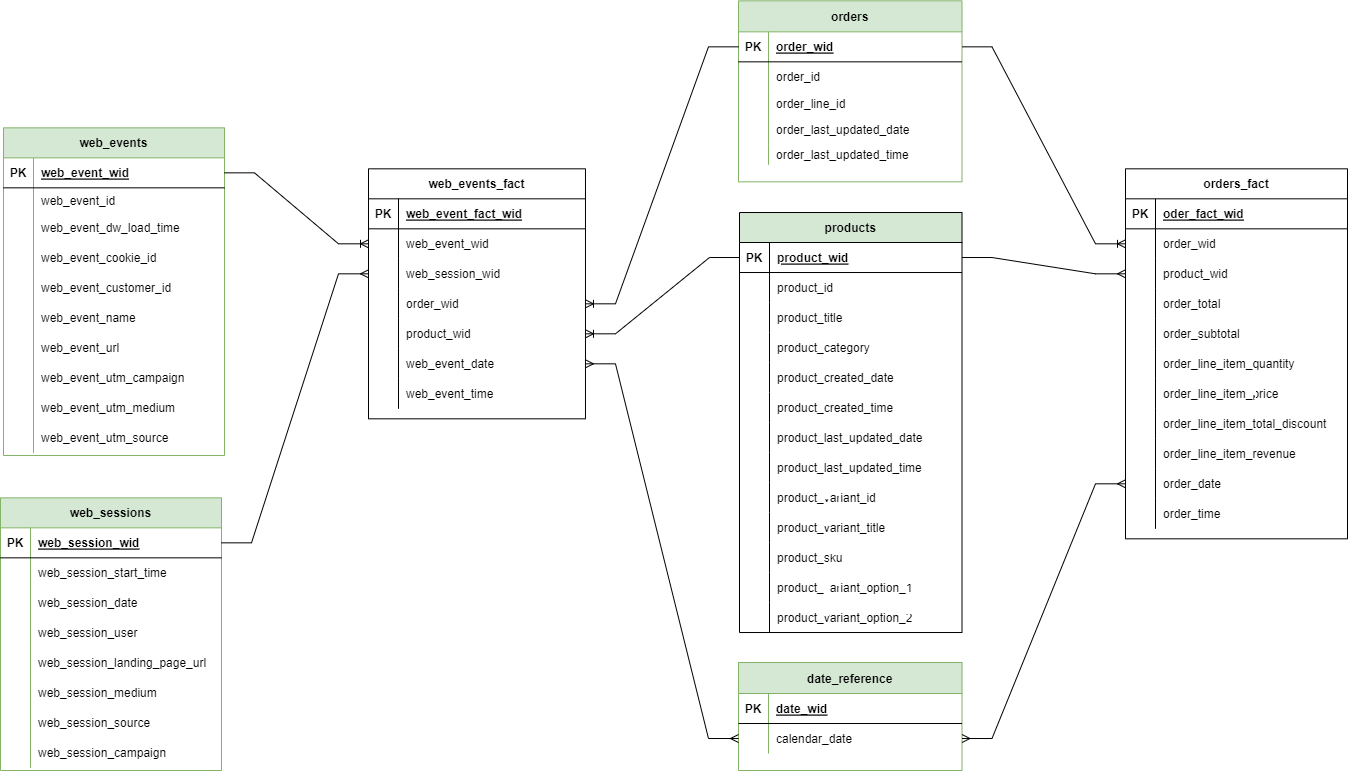
cnockels/data_challenge keeps this draw.io diagram as data_challenge_erd-Page-1.drawio.png. Above is the earlier version. Source tidied: cells renumbered, new cells last; positions are measured from the earlier drawing's top-left corner, leaving out a move shared by most shapes.
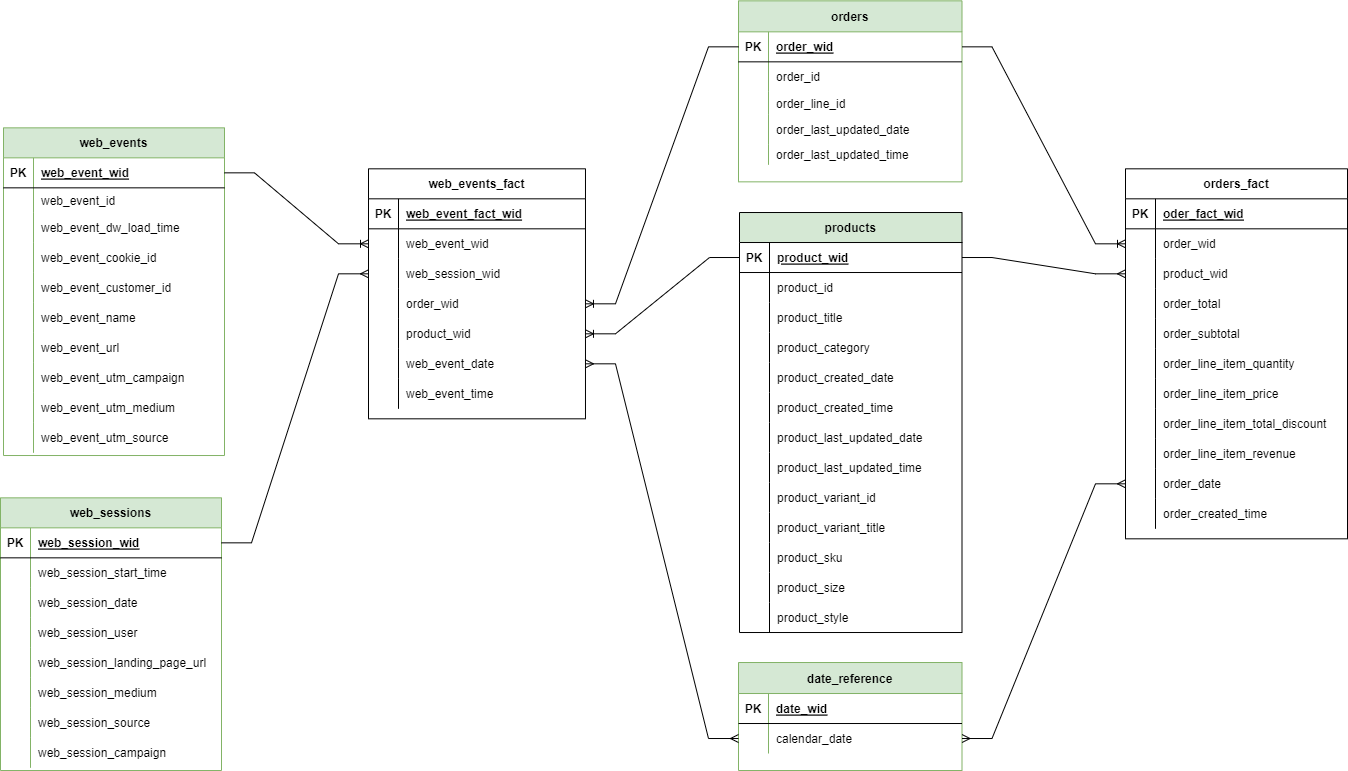
The same diagram one commit later.

Diff of the diagram source:
```diff
@@ -101,7 +101,7 @@
     <mxCell id="34" style="shape=partialRectangle;fillColor=none;top=0;left=0;bottom=0;right=0;overflow=hidden;" parent="33" vertex="1">
       <mxGeometry width="30" height="30" as="geometry" />
     </mxCell>
-    <mxCell id="35" value="order_time" style="shape=partialRectangle;fillColor=none;top=0;left=0;bottom=0;right=0;align=left;spacingLeft=6;overflow=hidden;" parent="33" vertex="1">
+    <mxCell id="35" value="order_created_time" style="shape=partialRectangle;fillColor=none;top=0;left=0;bottom=0;right=0;align=left;spacingLeft=6;overflow=hidden;" parent="33" vertex="1">
       <mxGeometry x="30" width="192" height="30" as="geometry" />
     </mxCell>
     <mxCell id="36" value="orders" style="shape=table;startSize=31;rowLines=0;fontStyle=1;align=center;fillColor=#d5e8d4;strokeColor=#82b366;" parent="1" vertex="1">
@@ -436,7 +436,7 @@
     <mxCell id="145" style="shape=partialRectangle;fillColor=none;top=0;left=0;bottom=0;right=0;overflow=hidden;" parent="144" vertex="1">
       <mxGeometry width="30" height="30" as="geometry" />
     </mxCell>
-    <mxCell id="146" value="product_variant_option_1" style="shape=partialRectangle;fillColor=none;top=0;left=0;bottom=0;right=0;align=left;spacingLeft=6;overflow=hidden;" parent="144" vertex="1">
+    <mxCell id="146" value="product_size" style="shape=partialRectangle;fillColor=none;top=0;left=0;bottom=0;right=0;align=left;spacingLeft=6;overflow=hidden;" parent="144" vertex="1">
       <mxGeometry x="30" width="192.5" height="30" as="geometry" />
     </mxCell>
     <mxCell id="147" style="shape=tableRow;horizontal=0;startSize=0;swimlaneHead=0;swimlaneBody=0;fillColor=none;top=0;left=0;right=0;bottom=0;" parent="110" vertex="1">
@@ -445,7 +445,7 @@
     <mxCell id="148" style="shape=partialRectangle;fillColor=none;top=0;left=0;bottom=0;right=0;overflow=hidden;" parent="147" vertex="1">
       <mxGeometry width="30" height="30" as="geometry" />
     </mxCell>
-    <mxCell id="149" value="product_variant_option_2" style="shape=partialRectangle;fillColor=none;top=0;left=0;bottom=0;right=0;align=left;spacingLeft=6;overflow=hidden;" parent="147" vertex="1">
+    <mxCell id="149" value="product_style" style="shape=partialRectangle;fillColor=none;top=0;left=0;bottom=0;right=0;align=left;spacingLeft=6;overflow=hidden;" parent="147" vertex="1">
       <mxGeometry x="30" width="192.5" height="30" as="geometry" />
     </mxCell>
     <mxCell id="150" value="web_sessions" style="shape=table;startSize=30;rowLines=0;fontStyle=1;align=center;fillColor=#d5e8d4;strokeColor=#82b366;" parent="1" vertex="1">
```
